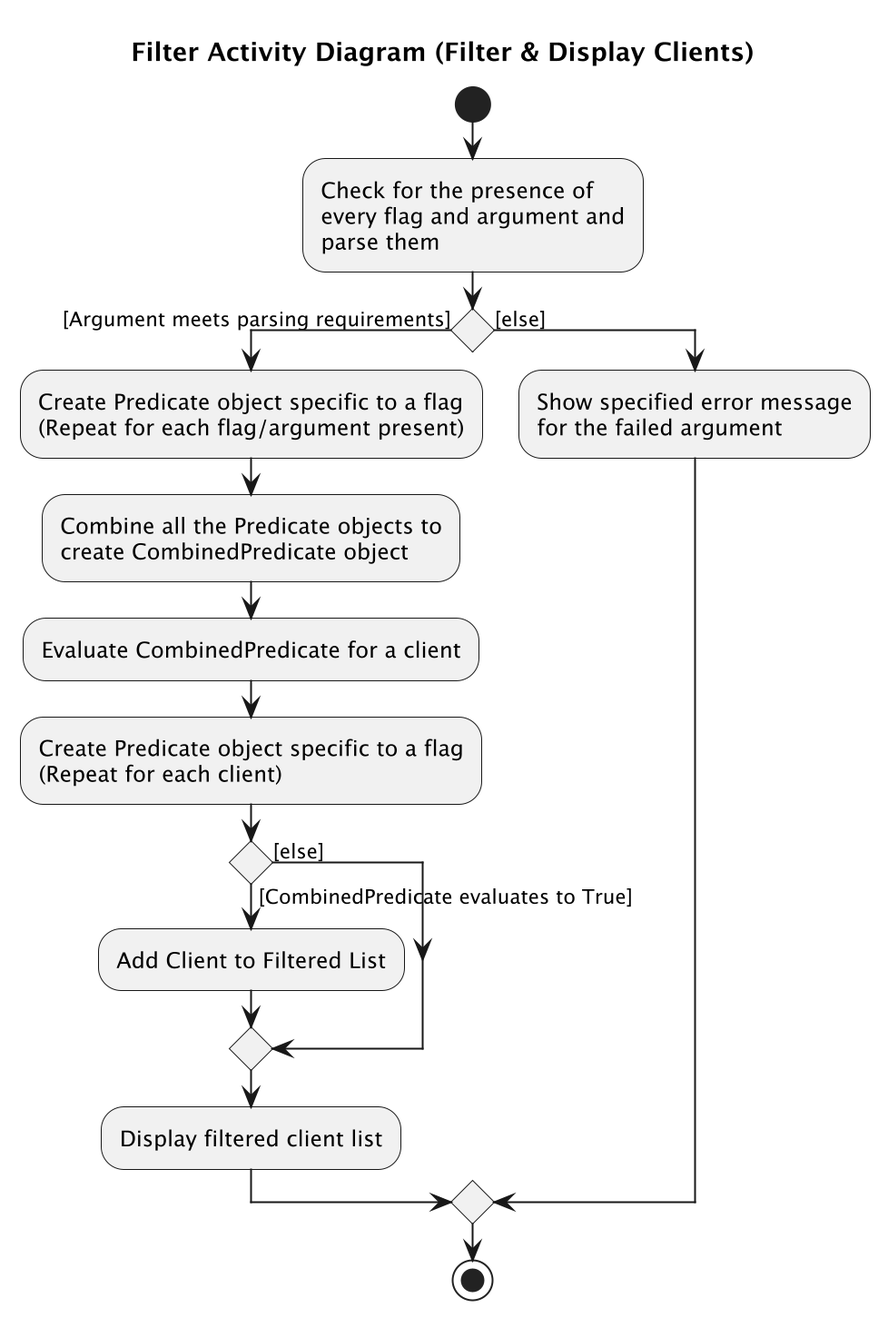
This is docs/images/FilterActivityDiagramFilterAndDisplay.png from nus-cs2103-AY2425S1/tp, a PlantUML export, as it was before one commit. Its source is kept beside it as docs/diagrams/FilterActivityDiagramFilterAndDisplay.puml. The source it was exported from:
```plantuml
@startuml
title Filter Activity Diagram (Filter & Display Clients)
start
:Check for the presence of
every flag and argument and
parse them;
if () then ([Argument meets parsing requirements])
    :Create Predicate object specific to a flag
    (Repeat for each flag/argument present);

    :Combine all the Predicate objects to
    create CombinedPredicate object;

    :Evaluate CombinedPredicate for a client;
    :Create Predicate object specific to a flag
    (Repeat for each client);

    if () then ([CombinedPredicate evaluates to True])
        :Add Client to Filtered List;
    else ([else])

    endif
    :Display filtered client list;
else ([else])
    :Show specified error message
    for the failed argument;
endif
stop
@enduml
```
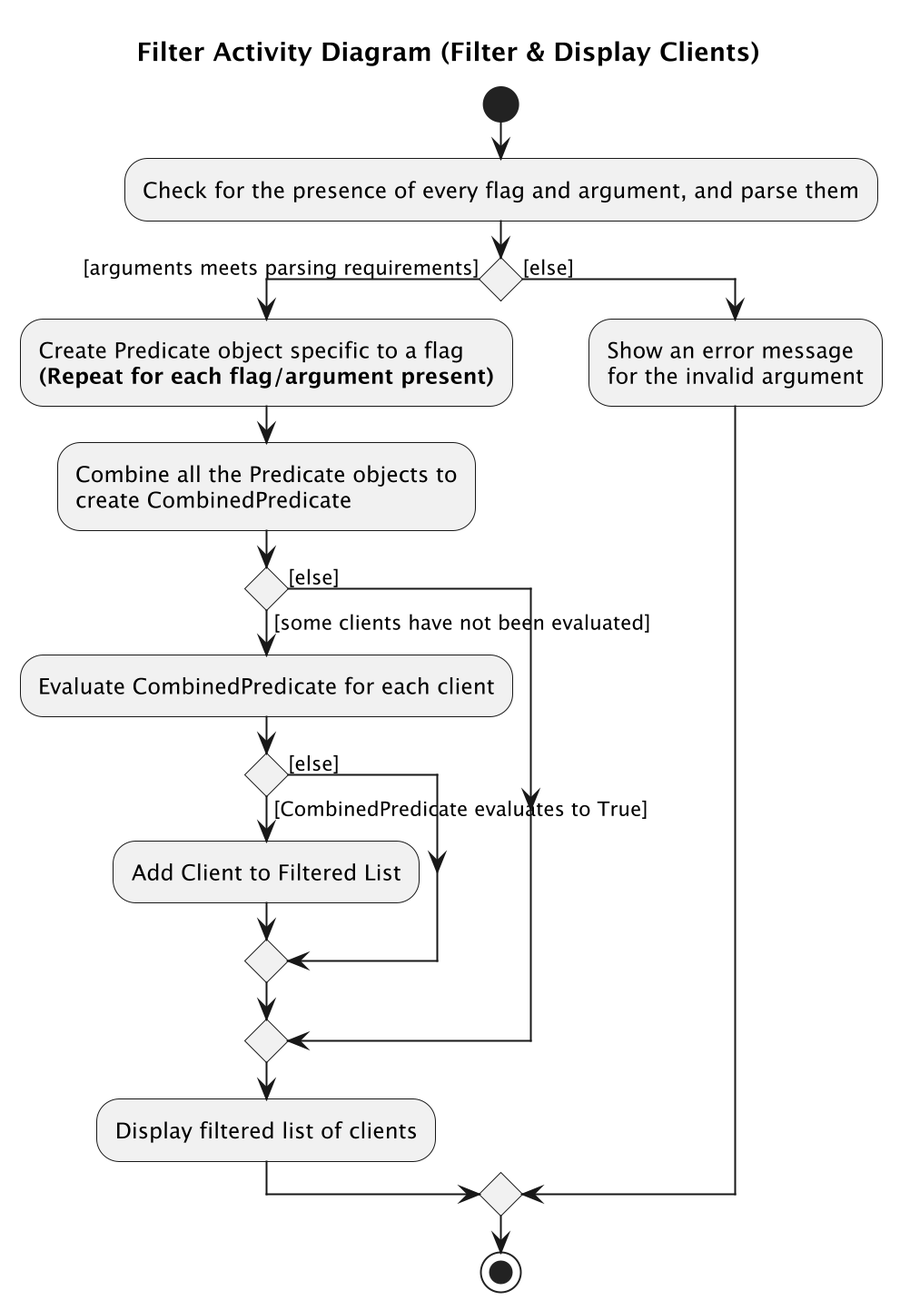
Above is the later version.

Commit message:
Update Filter and Display diagram

Change to the diagram source:
```diff
@@ -1,29 +1,27 @@
 @startuml
 title Filter Activity Diagram (Filter & Display Clients)
 start
-:Check for the presence of
-every flag and argument and
-parse them;
-if () then ([Argument meets parsing requirements])
+:Check for the presence of every flag and argument, and parse them;
+if () then ([arguments meets parsing requirements])
     :Create Predicate object specific to a flag
-    (Repeat for each flag/argument present);
+    **(Repeat for each flag/argument present)**;
 
     :Combine all the Predicate objects to
-    create CombinedPredicate object;
+    create CombinedPredicate;
 
-    :Evaluate CombinedPredicate for a client;
-    :Create Predicate object specific to a flag
-    (Repeat for each client);
+    if () then ([some clients have not been evaluated])
+        :Evaluate CombinedPredicate for each client;
+        if () then ([CombinedPredicate evaluates to True])
+            :Add Client to Filtered List;
+        else ([else])
+        endif
+    else([else])
+    endif
 
-    if () then ([CombinedPredicate evaluates to True])
-        :Add Client to Filtered List;
-    else ([else])
-
-    endif
-    :Display filtered client list;
+    :Display filtered list of clients;
 else ([else])
-    :Show specified error message
-    for the failed argument;
+    :Show an error message
+    for the invalid argument;
 endif
 stop
 @enduml
```
